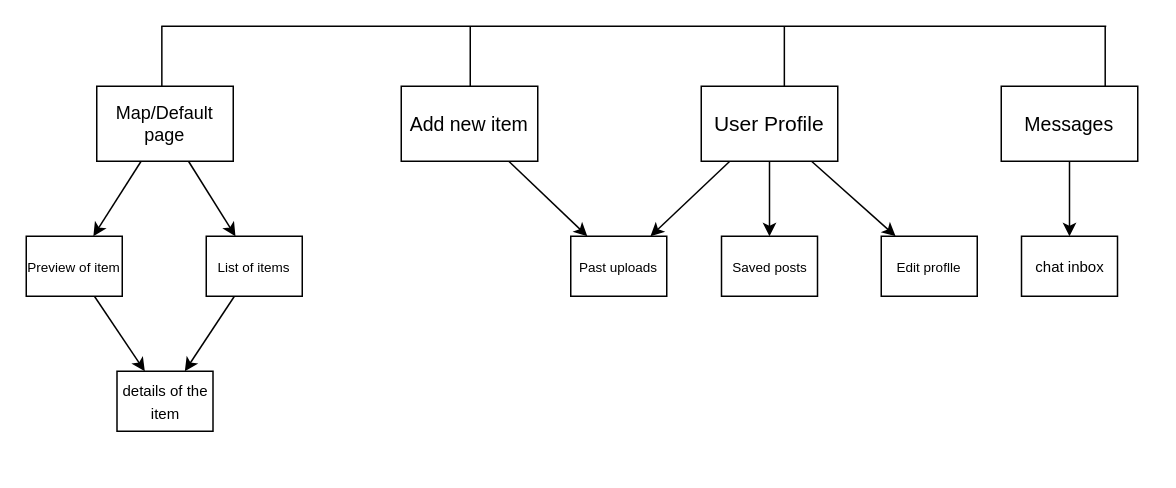
This is ux-design/appmap/appmap.drawio from sachiniyer/resow, a draw.io file, before an edit. Source tidied: cells renumbered, new cells numbered last; positions are measured from the earlier drawing's top-left corner, leaving out a move shared by most shapes. Both pictures are drawn from the tidied source at 150%, with x=0, y=0 at pixel (26, 26).
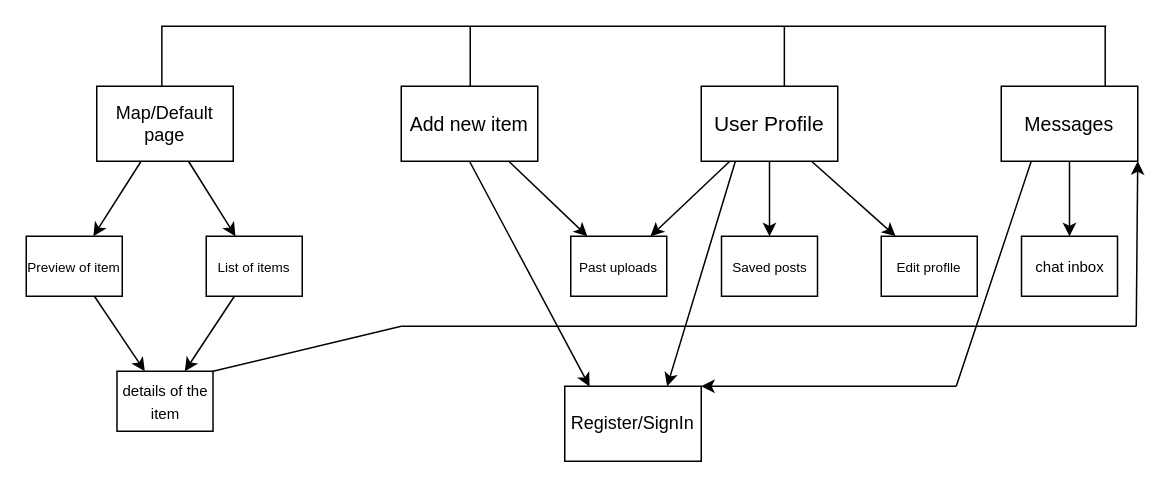
The same page after the edit.

Commit message:
Add register/signIn screen and add arrows to messages page

The change refers to these unchanged cells:
```xml
<mxCell id="5" value="&lt;font style=&quot;font-size: 14px&quot;&gt;User Profile&lt;/font&gt;" style="rounded=0;whiteSpace=wrap;html=1;" parent="1" vertex="1">
  <mxGeometry x="450" y="40" width="91" height="50" as="geometry" />
</mxCell>
<mxCell id="6" value="&lt;font size=&quot;1&quot;&gt;details of the item&lt;/font&gt;" style="rounded=0;whiteSpace=wrap;html=1;" parent="1" vertex="1">
  <mxGeometry x="60.5" y="230" width="64" height="40" as="geometry" />
</mxCell>
<mxCell id="9" value="&lt;font style=&quot;font-size: 13px&quot;&gt;Messages&lt;/font&gt;" style="rounded=0;whiteSpace=wrap;html=1;" parent="1" vertex="1">
  <mxGeometry x="650" y="40" width="91" height="50" as="geometry" />
</mxCell>
<mxCell id="11" value="&lt;span style=&quot;font-size: 13px&quot;&gt;Add new item&lt;/span&gt;" style="rounded=0;whiteSpace=wrap;html=1;" parent="1" vertex="1">
  <mxGeometry x="250" y="40" width="91" height="50" as="geometry" />
</mxCell>
```

Diff of the diagram source:
```diff
@@
+    <mxCell id="27" style="edgeStyle=none;html=1;entryX=1;entryY=0;entryDx=0;entryDy=0;" parent="1" edge="1" target="28">
+      <mxGeometry relative="1" as="geometry">
+        <mxPoint x="620" y="240" as="sourcePoint" />
+      </mxGeometry>
+    </mxCell>
@@
+    <mxCell id="28" value="Register/SignIn" style="rounded=0;whiteSpace=wrap;html=1;" parent="1" vertex="1">
+      <mxGeometry x="359" y="240" width="91" height="50" as="geometry" />
+    </mxCell>
+    <mxCell id="29" style="edgeStyle=none;html=1;exitX=0.5;exitY=1;exitDx=0;exitDy=0;entryX=0.182;entryY=0.004;entryDx=0;entryDy=0;entryPerimeter=0;" parent="1" edge="1" source="11" target="28">
+      <mxGeometry relative="1" as="geometry" />
+    </mxCell>
+    <mxCell id="30" style="edgeStyle=none;html=1;exitX=0.25;exitY=1;exitDx=0;exitDy=0;entryX=0.75;entryY=0;entryDx=0;entryDy=0;" parent="1" edge="1" source="5" target="28">
+      <mxGeometry relative="1" as="geometry" />
+    </mxCell>
+    <mxCell id="31" value="&lt;span&gt;&lt;/span&gt;&lt;span&gt;&lt;/span&gt;&lt;span style=&quot;&quot;&gt;&lt;/span&gt;" style="endArrow=none;html=1;" parent="1" edge="1">
+      <mxGeometry relative="1" as="geometry">
+        <mxPoint x="620" y="240" as="sourcePoint" />
+        <mxPoint x="670" y="90" as="targetPoint" />
+      </mxGeometry>
+    </mxCell>
+    <mxCell id="32" value="&lt;span&gt;&lt;/span&gt;&lt;span&gt;&lt;/span&gt;&lt;span style=&quot;&quot;&gt;&lt;/span&gt;" style="endArrow=none;html=1;exitX=1;exitY=0;exitDx=0;exitDy=0;" parent="1" edge="1" source="6">
+      <mxGeometry relative="1" as="geometry">
+        <mxPoint x="250" y="200" as="targetPoint" />
+      </mxGeometry>
+    </mxCell>
+    <mxCell id="33" value="&lt;span&gt;&lt;/span&gt;&lt;span&gt;&lt;/span&gt;&lt;span style=&quot;&quot;&gt;&lt;/span&gt;" style="endArrow=none;html=1;" parent="1" edge="1">
+      <mxGeometry relative="1" as="geometry">
+        <mxPoint x="250" y="200" as="sourcePoint" />
+        <mxPoint x="740" y="200" as="targetPoint" />
+      </mxGeometry>
+    </mxCell>
+    <mxCell id="34" style="edgeStyle=none;html=1;entryX=1;entryY=1;entryDx=0;entryDy=0;" parent="1" edge="1" target="9">
+      <mxGeometry relative="1" as="geometry">
+        <mxPoint x="740" y="200" as="sourcePoint" />
+      </mxGeometry>
+    </mxCell>
```
